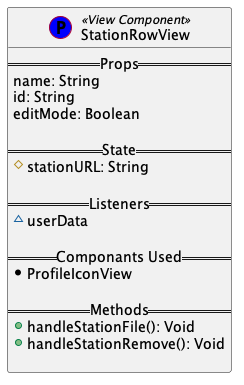
grid-rider/Computer_Science_IA_EntrySystem_Website keeps this PlantUML diagram as entry_system_website/UML_Diagrams/Views/StationRowViewItem.png. Above is the earlier version.
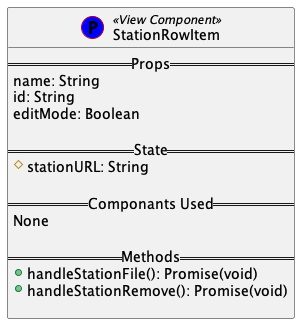
After the change.

What changed in the source:
```diff
@@ -1,6 +1,6 @@
 @startuml
 
-class StationRowView << (P,blue) View Component>> {
+class StationRowItem << (P,blue) View Component>> {
     == Props ==
      name: String
      id: String
@@ -9,15 +9,12 @@
     == State ==
      #stationURL: String
 
-    == Listeners ==
-    ~userData
-
     == Componants Used ==
-     *ProfileIconView
+     None
 
     == Methods ==
-    +handleStationFile(): Void
-    +handleStationRemove(): Void
+    +handleStationFile(): Promise(void)
+    +handleStationRemove(): Promise(void)
 
 }
 
```
